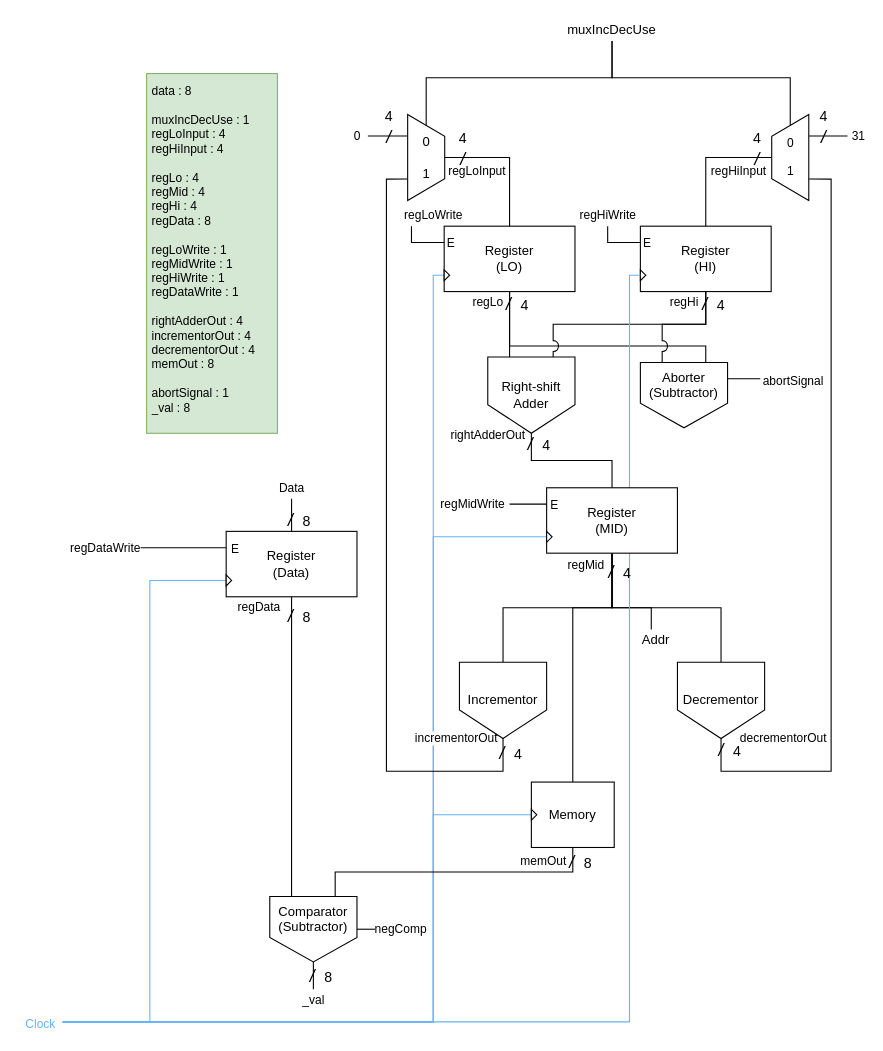
Before: labs/lab11/L11P2/data path diagram.drawio in featherbear/UNSW-COMP3222, a draw.io diagram. Source tidied: cells renumbered, new cells numbered last; positions are measured from the earlier drawing's top-left corner, leaving out a move shared by most shapes. Both pictures are drawn from the tidied source at 109%, with x=0, y=0 at pixel (19, 19).
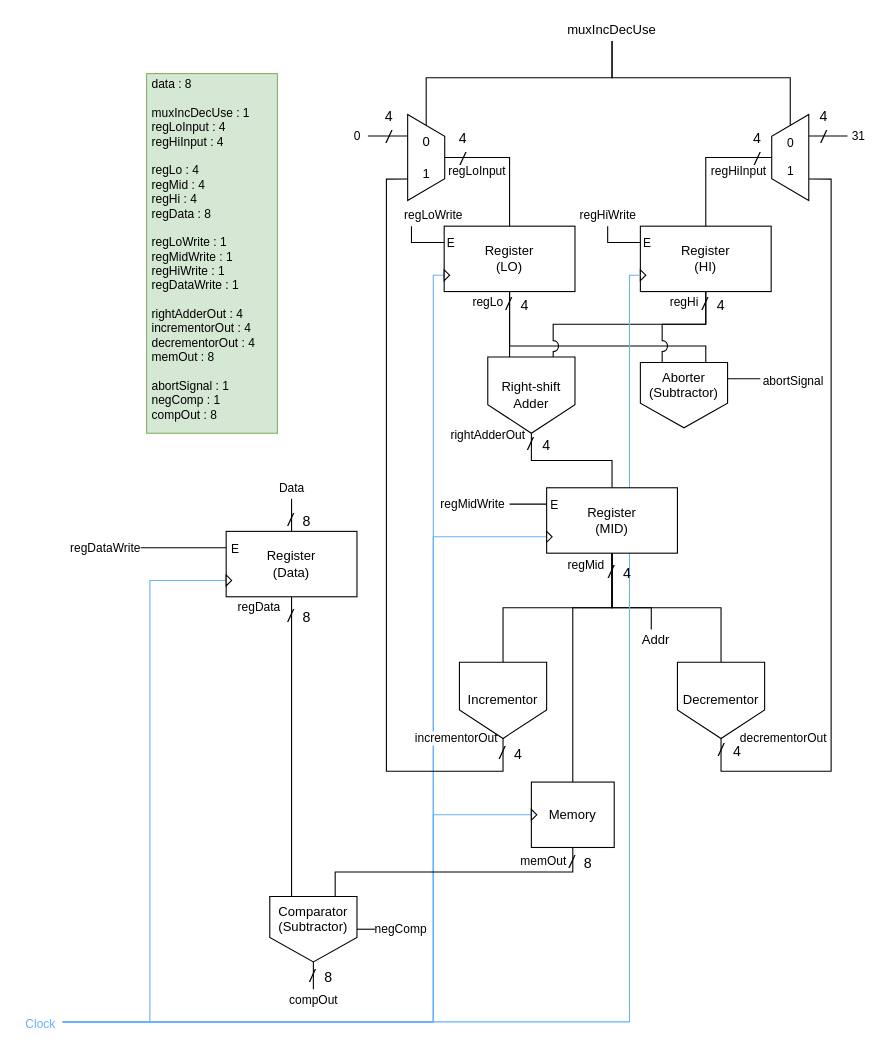
The same page after the edit.

Unchanged cells that the change refers to:
```xml
<mxCell id="10" value="Comparator&lt;br&gt;(Subtractor)" style="shape=offPageConnector;whiteSpace=wrap;html=1;verticalAlign=top;" parent="1" vertex="1">
  <mxGeometry x="230" y="805" width="80" height="60" as="geometry" />
</mxCell>
```

The edit, as a diff of the source:
```diff
@@
-    <mxCell id="8" value="_val" style="edgeStyle=orthogonalEdgeStyle;rounded=0;jettySize=auto;html=1;exitX=0.5;exitY=1;exitDx=0;exitDy=0;endArrow=none;endFill=0;" parent="1" edge="1" source="10">
+    <mxCell id="8" value="compOut" style="edgeStyle=orthogonalEdgeStyle;rounded=0;jettySize=auto;html=1;exitX=0.5;exitY=1;exitDx=0;exitDy=0;endArrow=none;endFill=0;" parent="1" edge="1" source="10">
       <mxGeometry x="1" y="10" relative="1" as="geometry">
         <mxPoint x="270" y="890" as="targetPoint" />
         <mxPoint x="-10" y="10" as="offset" />
       </mxGeometry>
     </mxCell>
@@
-    <mxCell id="70" value="&lt;br&gt;data : 8&lt;br&gt;&lt;br&gt;muxIncDecUse : 1&lt;br&gt;regLoInput : 4&lt;br&gt;regHiInput : 4&lt;br&gt;&lt;br&gt;regLo : 4&lt;br&gt;regMid : 4&lt;br&gt;regHi : 4&lt;br&gt;regData : 8&lt;br&gt;&lt;br&gt;regLoWrite : 1&lt;br&gt;regMidWrite : 1&lt;br&gt;regHiWrite : 1&lt;br&gt;regDataWrite : 1&lt;br&gt;&lt;br&gt;rightAdderOut : 4&lt;br&gt;incrementorOut : 4&lt;br&gt;decrementorOut : 4&lt;br&gt;memOut : 8&lt;br&gt;&lt;br&gt;abortSignal : 1&lt;br&gt;_val : 8" style="text;html=1;strokeColor=#82b366;fillColor=#d5e8d4;spacing=5;spacingTop=-20;whiteSpace=wrap;overflow=hidden;rounded=0;fontSize=11;align=left;verticalAlign=middle;" parent="1" vertex="1">
+    <mxCell id="70" value="&lt;br&gt;data : 8&lt;br&gt;&lt;br&gt;muxIncDecUse : 1&lt;br&gt;regLoInput : 4&lt;br&gt;regHiInput : 4&lt;br&gt;&lt;br&gt;regLo : 4&lt;br&gt;regMid : 4&lt;br&gt;regHi : 4&lt;br&gt;regData : 8&lt;br&gt;&lt;br&gt;regLoWrite : 1&lt;br&gt;regMidWrite : 1&lt;br&gt;regHiWrite : 1&lt;br&gt;regDataWrite : 1&lt;br&gt;&lt;br&gt;rightAdderOut : 4&lt;br&gt;incrementorOut : 4&lt;br&gt;decrementorOut : 4&lt;br&gt;memOut : 8&lt;br&gt;&lt;br&gt;abortSignal : 1&lt;br&gt;negComp : 1&lt;br&gt;compOut : 8" style="text;html=1;strokeColor=#82b366;fillColor=#d5e8d4;spacing=5;spacingTop=-20;whiteSpace=wrap;overflow=hidden;rounded=0;fontSize=11;align=left;verticalAlign=middle;" parent="1" vertex="1">
       <mxGeometry x="117" y="50" width="120" height="330" as="geometry" />
     </mxCell>
```
